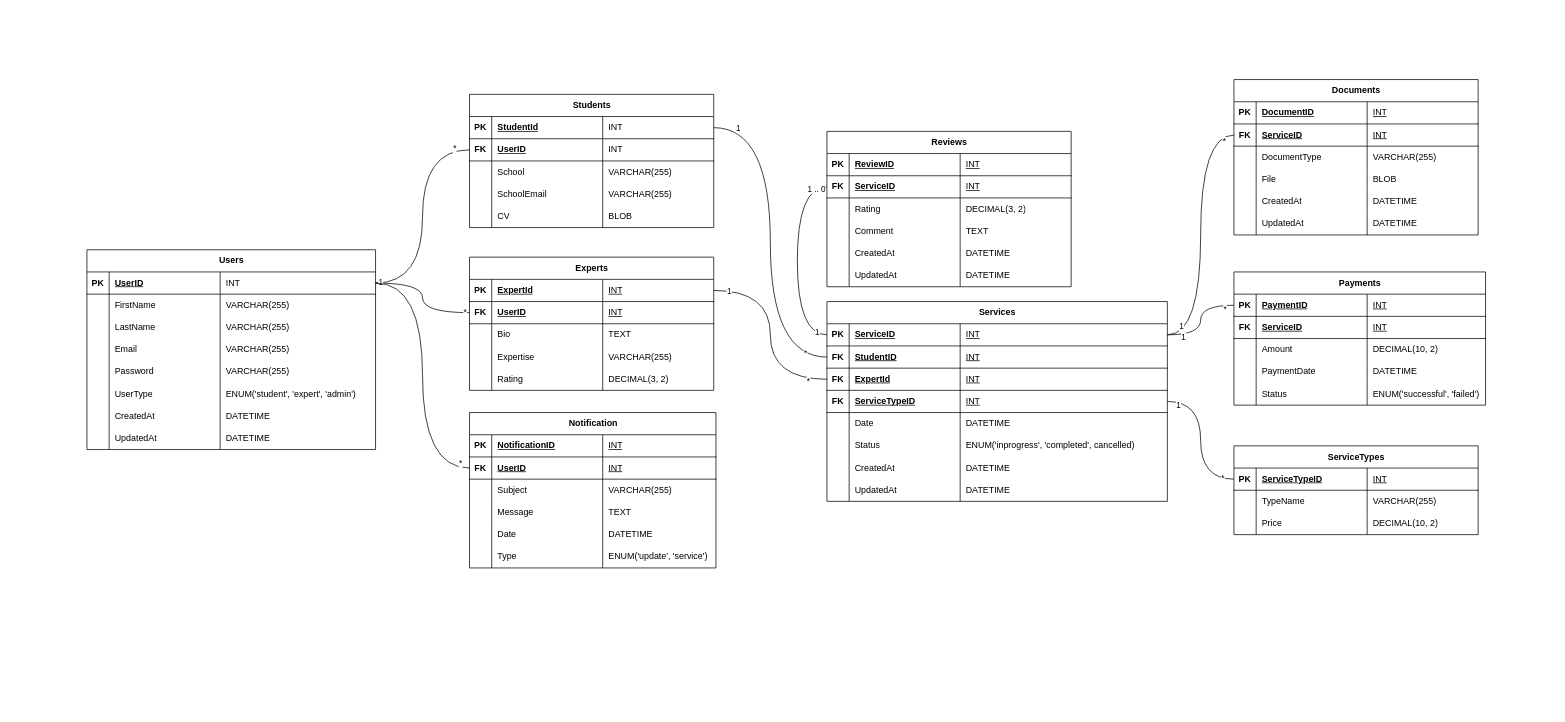
Earlier version of the draw.io diagram DBSchema.drawio (tamir-cqu/COIT20272). Source tidied: cells renumbered, new cells numbered last; positions are measured from the earlier drawing's top-left corner, leaving out a move shared by most shapes. Both pictures are drawn from the tidied source at 74%, with x=0, y=0 at pixel (87, 79).
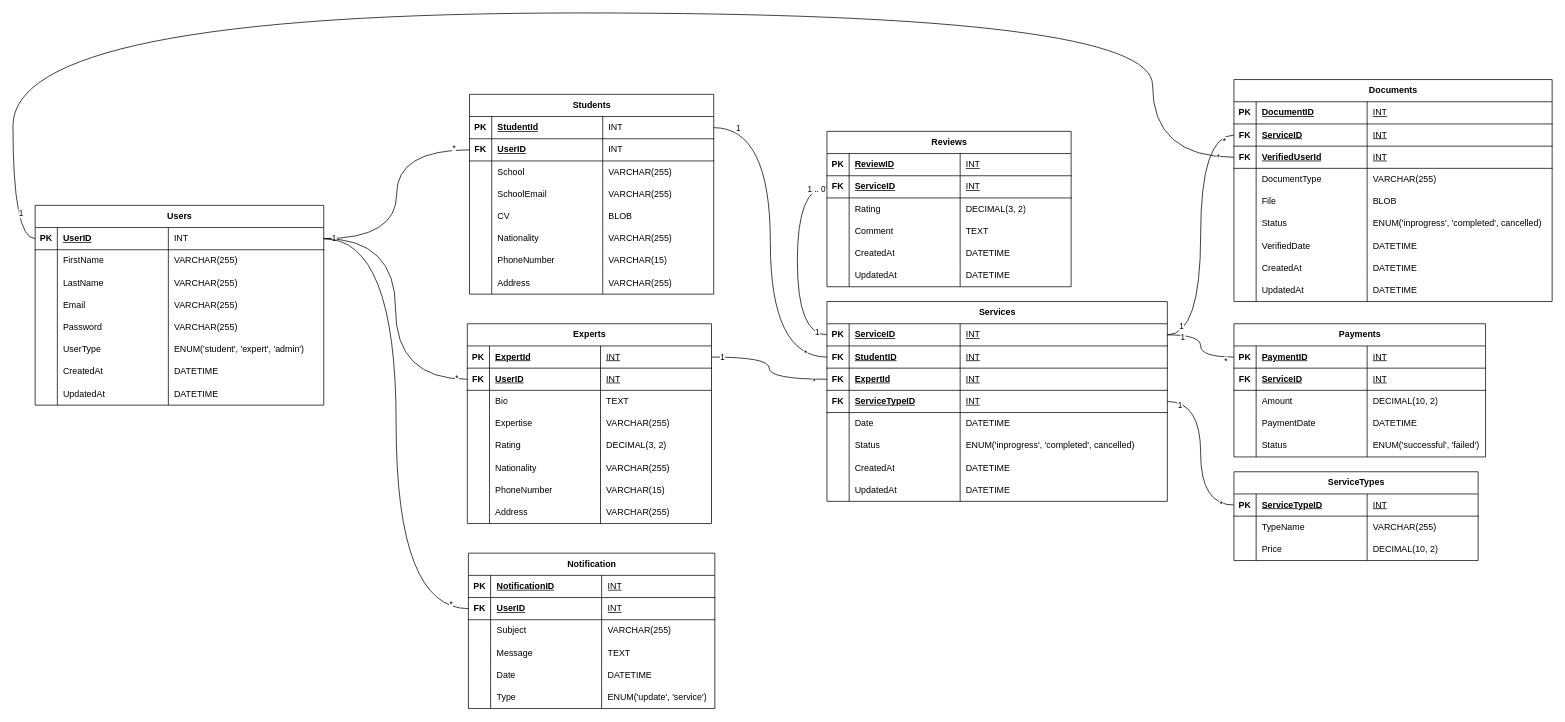
Above is the later version.

The change refers to these unchanged cells:
```xml
<mxCell id="3" style="shape=tableRow;horizontal=0;startSize=0;swimlaneHead=0;swimlaneBody=0;fillColor=none;points=[[0,0.5],[1,0.5]];portConstraint=eastwest;top=0;left=0;right=0;bottom=1;" parent="2" vertex="1">
  <mxGeometry y="30" width="390" height="30" as="geometry" />
</mxCell>
```

Diff of the diagram source:
```diff
@@
     <mxCell id="2" value="Users" style="shape=table;startSize=30;childLayout=tableLayout;rowLines=0;fontStyle=1;align=center;html=1;" parent="1" vertex="1">
-      <mxGeometry y="230" width="390" height="270" as="geometry" />
+      <mxGeometry x="-70" y="170" width="390" height="270" as="geometry" />
     </mxCell>
@@
     <mxCell id="35" value="Experts" style="shape=table;startSize=30;childLayout=tableLayout;rowLines=0;fontStyle=1;align=center;html=1;" parent="1" vertex="1">
-      <mxGeometry x="517" y="240" width="330" height="180" as="geometry" />
+      <mxGeometry x="514" y="330" width="330" height="270" as="geometry" />
     </mxCell>
@@
+    <mxCell id="244" style="shape=tableRow;horizontal=0;startSize=0;swimlaneHead=0;swimlaneBody=0;fillColor=none;top=0;left=0;right=0;bottom=0;" parent="35" vertex="1">
+      <mxGeometry y="180" width="330" height="30" as="geometry" />
+    </mxCell>
+    <mxCell id="245" style="shape=partialRectangle;fillColor=none;top=0;left=0;bottom=0;right=0;overflow=hidden;whiteSpace=wrap;html=1;" parent="244" vertex="1">
+      <mxGeometry width="30" height="30" as="geometry" />
+    </mxCell>
+    <mxCell id="246" value="Nationality" style="shape=partialRectangle;fillColor=none;top=0;left=0;bottom=0;right=0;align=left;spacingLeft=6;overflow=hidden;whiteSpace=wrap;html=1;" parent="244" vertex="1">
+      <mxGeometry x="30" width="150" height="30" as="geometry" />
+    </mxCell>
+    <mxCell id="247" value="VARCHAR(255)" style="shape=partialRectangle;fillColor=none;top=0;left=0;bottom=0;right=0;align=left;spacingLeft=6;overflow=hidden;whiteSpace=wrap;html=1;" parent="244" vertex="1">
+      <mxGeometry x="180" width="150" height="30" as="geometry" />
+    </mxCell>
+    <mxCell id="248" style="shape=tableRow;horizontal=0;startSize=0;swimlaneHead=0;swimlaneBody=0;fillColor=none;top=0;left=0;right=0;bottom=0;" parent="35" vertex="1">
+      <mxGeometry y="210" width="330" height="30" as="geometry" />
+    </mxCell>
+    <mxCell id="249" style="shape=partialRectangle;fillColor=none;top=0;left=0;bottom=0;right=0;overflow=hidden;whiteSpace=wrap;html=1;" parent="248" vertex="1">
+      <mxGeometry width="30" height="30" as="geometry" />
+    </mxCell>
+    <mxCell id="250" value="PhoneNumber" style="shape=partialRectangle;fillColor=none;top=0;left=0;bottom=0;right=0;align=left;spacingLeft=6;overflow=hidden;whiteSpace=wrap;html=1;" parent="248" vertex="1">
+      <mxGeometry x="30" width="150" height="30" as="geometry" />
+    </mxCell>
+    <mxCell id="251" value="VARCHAR(15)" style="shape=partialRectangle;fillColor=none;top=0;left=0;bottom=0;right=0;align=left;spacingLeft=6;overflow=hidden;whiteSpace=wrap;html=1;" parent="248" vertex="1">
+      <mxGeometry x="180" width="150" height="30" as="geometry" />
+    </mxCell>
+    <mxCell id="252" style="shape=tableRow;horizontal=0;startSize=0;swimlaneHead=0;swimlaneBody=0;fillColor=none;top=0;left=0;right=0;bottom=0;" parent="35" vertex="1">
+      <mxGeometry y="240" width="330" height="30" as="geometry" />
+    </mxCell>
+    <mxCell id="253" style="shape=partialRectangle;fillColor=none;top=0;left=0;bottom=0;right=0;overflow=hidden;whiteSpace=wrap;html=1;" parent="252" vertex="1">
+      <mxGeometry width="30" height="30" as="geometry" />
+    </mxCell>
+    <mxCell id="254" value="Address" style="shape=partialRectangle;fillColor=none;top=0;left=0;bottom=0;right=0;align=left;spacingLeft=6;overflow=hidden;whiteSpace=wrap;html=1;" parent="252" vertex="1">
+      <mxGeometry x="30" width="150" height="30" as="geometry" />
+    </mxCell>
+    <mxCell id="255" value="VARCHAR(255)" style="shape=partialRectangle;fillColor=none;top=0;left=0;bottom=0;right=0;align=left;spacingLeft=6;overflow=hidden;whiteSpace=wrap;html=1;" parent="252" vertex="1">
+      <mxGeometry x="180" width="150" height="30" as="geometry" />
+    </mxCell>
@@
     <mxCell id="61" value="Students" style="shape=table;startSize=30;childLayout=tableLayout;rowLines=0;fontStyle=1;align=center;html=1;" parent="1" vertex="1">
-      <mxGeometry x="517" y="20" width="330" height="180" as="geometry" />
+      <mxGeometry x="517" y="20" width="330" height="270" as="geometry" />
     </mxCell>
@@
+    <mxCell id="256" style="shape=tableRow;horizontal=0;startSize=0;swimlaneHead=0;swimlaneBody=0;fillColor=none;top=0;left=0;right=0;bottom=0;" parent="61" vertex="1">
+      <mxGeometry y="180" width="330" height="30" as="geometry" />
+    </mxCell>
+    <mxCell id="257" style="shape=partialRectangle;fillColor=none;top=0;left=0;bottom=0;right=0;overflow=hidden;whiteSpace=wrap;html=1;" parent="256" vertex="1">
+      <mxGeometry width="30" height="30" as="geometry" />
+    </mxCell>
+    <mxCell id="258" value="Nationality" style="shape=partialRectangle;fillColor=none;top=0;left=0;bottom=0;right=0;align=left;spacingLeft=6;overflow=hidden;whiteSpace=wrap;html=1;" parent="256" vertex="1">
+      <mxGeometry x="30" width="150" height="30" as="geometry" />
+    </mxCell>
+    <mxCell id="259" value="VARCHAR(255)" style="shape=partialRectangle;fillColor=none;top=0;left=0;bottom=0;right=0;align=left;spacingLeft=6;overflow=hidden;whiteSpace=wrap;html=1;" parent="256" vertex="1">
+      <mxGeometry x="180" width="150" height="30" as="geometry" />
+    </mxCell>
+    <mxCell id="260" style="shape=tableRow;horizontal=0;startSize=0;swimlaneHead=0;swimlaneBody=0;fillColor=none;top=0;left=0;right=0;bottom=0;" parent="61" vertex="1">
+      <mxGeometry y="210" width="330" height="30" as="geometry" />
+    </mxCell>
+    <mxCell id="261" style="shape=partialRectangle;fillColor=none;top=0;left=0;bottom=0;right=0;overflow=hidden;whiteSpace=wrap;html=1;" parent="260" vertex="1">
+      <mxGeometry width="30" height="30" as="geometry" />
+    </mxCell>
+    <mxCell id="262" value="PhoneNumber" style="shape=partialRectangle;fillColor=none;top=0;left=0;bottom=0;right=0;align=left;spacingLeft=6;overflow=hidden;whiteSpace=wrap;html=1;" parent="260" vertex="1">
+      <mxGeometry x="30" width="150" height="30" as="geometry" />
+    </mxCell>
+    <mxCell id="263" value="VARCHAR(15)" style="shape=partialRectangle;fillColor=none;top=0;left=0;bottom=0;right=0;align=left;spacingLeft=6;overflow=hidden;whiteSpace=wrap;html=1;" parent="260" vertex="1">
+      <mxGeometry x="180" width="150" height="30" as="geometry" />
+    </mxCell>
+    <mxCell id="264" style="shape=tableRow;horizontal=0;startSize=0;swimlaneHead=0;swimlaneBody=0;fillColor=none;top=0;left=0;right=0;bottom=0;" parent="61" vertex="1">
+      <mxGeometry y="240" width="330" height="30" as="geometry" />
+    </mxCell>
+    <mxCell id="265" style="shape=partialRectangle;fillColor=none;top=0;left=0;bottom=0;right=0;overflow=hidden;whiteSpace=wrap;html=1;" parent="264" vertex="1">
+      <mxGeometry width="30" height="30" as="geometry" />
+    </mxCell>
+    <mxCell id="266" value="Address" style="shape=partialRectangle;fillColor=none;top=0;left=0;bottom=0;right=0;align=left;spacingLeft=6;overflow=hidden;whiteSpace=wrap;html=1;" parent="264" vertex="1">
+      <mxGeometry x="30" width="150" height="30" as="geometry" />
+    </mxCell>
+    <mxCell id="267" value="VARCHAR(255)" style="shape=partialRectangle;fillColor=none;top=0;left=0;bottom=0;right=0;align=left;spacingLeft=6;overflow=hidden;whiteSpace=wrap;html=1;" parent="264" vertex="1">
+      <mxGeometry x="180" width="150" height="30" as="geometry" />
+    </mxCell>
@@
     <mxCell id="127" value="ServiceTypes" style="shape=table;startSize=30;childLayout=tableLayout;rowLines=0;fontStyle=1;align=center;html=1;" parent="1" vertex="1">
-      <mxGeometry x="1550" y="495" width="330" height="120" as="geometry" />
+      <mxGeometry x="1550" y="530" width="330" height="120" as="geometry" />
     </mxCell>
@@
     <mxCell id="140" value="Payments" style="shape=table;startSize=30;childLayout=tableLayout;rowLines=0;fontStyle=1;align=center;html=1;" parent="1" vertex="1">
-      <mxGeometry x="1550" y="260" width="340" height="180" as="geometry" />
+      <mxGeometry x="1550" y="330" width="340" height="180" as="geometry" />
     </mxCell>
@@
     <mxCell id="166" value="Notification" style="shape=table;startSize=30;childLayout=tableLayout;rowLines=0;fontStyle=1;align=center;html=1;" parent="1" vertex="1">
-      <mxGeometry x="517" y="450" width="333" height="210" as="geometry" />
+      <mxGeometry x="515.5" y="640" width="333" height="210" as="geometry" />
     </mxCell>
@@
     <mxCell id="191" value="Documents" style="shape=table;startSize=30;childLayout=tableLayout;rowLines=0;fontStyle=1;align=center;html=1;" parent="1" vertex="1">
-      <mxGeometry x="1550" width="330" height="210" as="geometry" />
+      <mxGeometry x="1550" width="430" height="300" as="geometry" />
     </mxCell>
     <mxCell id="192" style="shape=tableRow;horizontal=0;startSize=0;swimlaneHead=0;swimlaneBody=0;fillColor=none;top=0;left=0;right=0;bottom=1;" parent="191" vertex="1">
-      <mxGeometry y="30" width="330" height="30" as="geometry" />
+      <mxGeometry y="30" width="430" height="30" as="geometry" />
     </mxCell>
@@
     <mxCell id="195" value="&lt;span style=&quot;font-weight: 400;&quot;&gt;INT&lt;/span&gt;" style="shape=partialRectangle;fillColor=none;top=0;left=0;bottom=0;right=0;align=left;spacingLeft=6;fontStyle=5;overflow=hidden;whiteSpace=wrap;html=1;" parent="192" vertex="1">
-      <mxGeometry x="180" width="150" height="30" as="geometry" />
+      <mxGeometry x="180" width="250" height="30" as="geometry" />
     </mxCell>
     <mxCell id="196" style="shape=tableRow;horizontal=0;startSize=0;swimlaneHead=0;swimlaneBody=0;fillColor=none;points=[[0,0.5],[1,0.5]];portConstraint=eastwest;top=0;left=0;right=0;bottom=1;" parent="191" vertex="1">
-      <mxGeometry y="60" width="330" height="30" as="geometry" />
+      <mxGeometry y="60" width="430" height="30" as="geometry" />
     </mxCell>
@@
     <mxCell id="199" value="&lt;span style=&quot;font-weight: 400;&quot;&gt;INT&lt;/span&gt;" style="shape=partialRectangle;fillColor=none;top=0;left=0;bottom=0;right=0;align=left;spacingLeft=6;fontStyle=5;overflow=hidden;whiteSpace=wrap;html=1;" parent="196" vertex="1">
-      <mxGeometry x="180" width="150" height="30" as="geometry" />
+      <mxGeometry x="180" width="250" height="30" as="geometry" />
     </mxCell>
+    <mxCell id="268" style="shape=tableRow;horizontal=0;startSize=0;swimlaneHead=0;swimlaneBody=0;fillColor=none;points=[[0,0.5],[1,0.5]];portConstraint=eastwest;top=0;left=0;right=0;bottom=1;" parent="191" vertex="1">
+      <mxGeometry y="90" width="430" height="30" as="geometry" />
+    </mxCell>
+    <mxCell id="269" value="FK" style="shape=partialRectangle;fillColor=none;top=0;left=0;bottom=0;right=0;fontStyle=1;overflow=hidden;whiteSpace=wrap;html=1;" parent="268" vertex="1">
+      <mxGeometry width="30" height="30" as="geometry" />
+    </mxCell>
+    <mxCell id="270" value="&lt;span style=&quot;&quot;&gt;VerifiedUserId&lt;/span&gt;" style="shape=partialRectangle;fillColor=none;top=0;left=0;bottom=0;right=0;align=left;spacingLeft=6;fontStyle=5;overflow=hidden;whiteSpace=wrap;html=1;" parent="268" vertex="1">
+      <mxGeometry x="30" width="150" height="30" as="geometry" />
+    </mxCell>
+    <mxCell id="271" value="&lt;span style=&quot;font-weight: 400;&quot;&gt;INT&lt;/span&gt;" style="shape=partialRectangle;fillColor=none;top=0;left=0;bottom=0;right=0;align=left;spacingLeft=6;fontStyle=5;overflow=hidden;whiteSpace=wrap;html=1;" parent="268" vertex="1">
+      <mxGeometry x="180" width="250" height="30" as="geometry" />
+    </mxCell>
     <mxCell id="200" style="shape=tableRow;horizontal=0;startSize=0;swimlaneHead=0;swimlaneBody=0;fillColor=none;top=0;left=0;right=0;bottom=0;" parent="191" vertex="1">
-      <mxGeometry y="90" width="330" height="30" as="geometry" />
+      <mxGeometry y="120" width="430" height="30" as="geometry" />
     </mxCell>
@@
     <mxCell id="203" value="VARCHAR(255)" style="shape=partialRectangle;fillColor=none;top=0;left=0;bottom=0;right=0;align=left;spacingLeft=6;overflow=hidden;whiteSpace=wrap;html=1;" parent="200" vertex="1">
-      <mxGeometry x="180" width="150" height="30" as="geometry" />
+      <mxGeometry x="180" width="250" height="30" as="geometry" />
     </mxCell>
     <mxCell id="204" style="shape=tableRow;horizontal=0;startSize=0;swimlaneHead=0;swimlaneBody=0;fillColor=none;top=0;left=0;right=0;bottom=0;" parent="191" vertex="1">
-      <mxGeometry y="120" width="330" height="30" as="geometry" />
+      <mxGeometry y="150" width="430" height="30" as="geometry" />
     </mxCell>
@@
     <mxCell id="207" value="BLOB" style="shape=partialRectangle;fillColor=none;top=0;left=0;bottom=0;right=0;align=left;spacingLeft=6;overflow=hidden;whiteSpace=wrap;html=1;" parent="204" vertex="1">
-      <mxGeometry x="180" width="150" height="30" as="geometry" />
+      <mxGeometry x="180" width="250" height="30" as="geometry" />
     </mxCell>
+    <mxCell id="272" style="shape=tableRow;horizontal=0;startSize=0;swimlaneHead=0;swimlaneBody=0;fillColor=none;top=0;left=0;right=0;bottom=0;" parent="191" vertex="1">
+      <mxGeometry y="180" width="430" height="30" as="geometry" />
+    </mxCell>
+    <mxCell id="273" style="shape=partialRectangle;fillColor=none;top=0;left=0;bottom=0;right=0;overflow=hidden;whiteSpace=wrap;html=1;" parent="272" vertex="1">
+      <mxGeometry width="30" height="30" as="geometry" />
+    </mxCell>
+    <mxCell id="274" value="Status" style="shape=partialRectangle;fillColor=none;top=0;left=0;bottom=0;right=0;align=left;spacingLeft=6;overflow=hidden;whiteSpace=wrap;html=1;" parent="272" vertex="1">
+      <mxGeometry x="30" width="150" height="30" as="geometry" />
+    </mxCell>
+    <mxCell id="275" value="ENUM('inprogress', 'completed', cancelled)" style="shape=partialRectangle;fillColor=none;top=0;left=0;bottom=0;right=0;align=left;spacingLeft=6;overflow=hidden;whiteSpace=wrap;html=1;" parent="272" vertex="1">
+      <mxGeometry x="180" width="250" height="30" as="geometry" />
+    </mxCell>
+    <mxCell id="276" style="shape=tableRow;horizontal=0;startSize=0;swimlaneHead=0;swimlaneBody=0;fillColor=none;top=0;left=0;right=0;bottom=0;" parent="191" vertex="1">
+      <mxGeometry y="210" width="430" height="30" as="geometry" />
+    </mxCell>
+    <mxCell id="277" style="shape=partialRectangle;fillColor=none;top=0;left=0;bottom=0;right=0;overflow=hidden;whiteSpace=wrap;html=1;" parent="276" vertex="1">
+      <mxGeometry width="30" height="30" as="geometry" />
+    </mxCell>
+    <mxCell id="278" value="VerifiedDate" style="shape=partialRectangle;fillColor=none;top=0;left=0;bottom=0;right=0;align=left;spacingLeft=6;overflow=hidden;whiteSpace=wrap;html=1;" parent="276" vertex="1">
+      <mxGeometry x="30" width="150" height="30" as="geometry" />
+    </mxCell>
+    <mxCell id="279" value="DATETIME" style="shape=partialRectangle;fillColor=none;top=0;left=0;bottom=0;right=0;align=left;spacingLeft=6;overflow=hidden;whiteSpace=wrap;html=1;" parent="276" vertex="1">
+      <mxGeometry x="180" width="250" height="30" as="geometry" />
+    </mxCell>
     <mxCell id="208" style="shape=tableRow;horizontal=0;startSize=0;swimlaneHead=0;swimlaneBody=0;fillColor=none;top=0;left=0;right=0;bottom=0;" parent="191" vertex="1">
-      <mxGeometry y="150" width="330" height="30" as="geometry" />
+      <mxGeometry y="240" width="430" height="30" as="geometry" />
     </mxCell>
@@
     <mxCell id="211" value="DATETIME" style="shape=partialRectangle;fillColor=none;top=0;left=0;bottom=0;right=0;align=left;spacingLeft=6;overflow=hidden;whiteSpace=wrap;html=1;" parent="208" vertex="1">
-      <mxGeometry x="180" width="150" height="30" as="geometry" />
+      <mxGeometry x="180" width="250" height="30" as="geometry" />
     </mxCell>
     <mxCell id="212" style="shape=tableRow;horizontal=0;startSize=0;swimlaneHead=0;swimlaneBody=0;fillColor=none;top=0;left=0;right=0;bottom=0;" parent="191" vertex="1">
-      <mxGeometry y="180" width="330" height="30" as="geometry" />
+      <mxGeometry y="270" width="430" height="30" as="geometry" />
     </mxCell>
@@
     <mxCell id="215" value="DATETIME" style="shape=partialRectangle;fillColor=none;top=0;left=0;bottom=0;right=0;align=left;spacingLeft=6;overflow=hidden;whiteSpace=wrap;html=1;" parent="212" vertex="1">
-      <mxGeometry x="180" width="150" height="30" as="geometry" />
+      <mxGeometry x="180" width="250" height="30" as="geometry" />
     </mxCell>
@@
+    <mxCell id="280" style="edgeStyle=orthogonalEdgeStyle;rounded=0;jettySize=auto;html=1;entryX=0;entryY=0.5;entryDx=0;entryDy=0;curved=1;startArrow=none;startFill=0;endArrow=none;endFill=0;" parent="1" edge="1" source="268" target="3">
+      <mxGeometry relative="1" as="geometry">
+        <Array as="points">
+          <mxPoint x="1440" y="105" />
+          <mxPoint x="1440" y="-90" />
+          <mxPoint x="-100" y="-90" />
+          <mxPoint x="-100" y="215" />
+        </Array>
+      </mxGeometry>
+    </mxCell>
+    <mxCell id="281" value="1" style="edgeLabel;html=1;align=center;verticalAlign=middle;" parent="280" vertex="1">
+      <mxGeometry x="0.94" y="10" relative="1" as="geometry" />
+    </mxCell>
+    <mxCell id="282" value="*" style="edgeLabel;html=1;align=center;verticalAlign=middle;" parent="280" vertex="1">
+      <mxGeometry x="-0.98" y="-1" relative="1" as="geometry" />
+    </mxCell>
```
